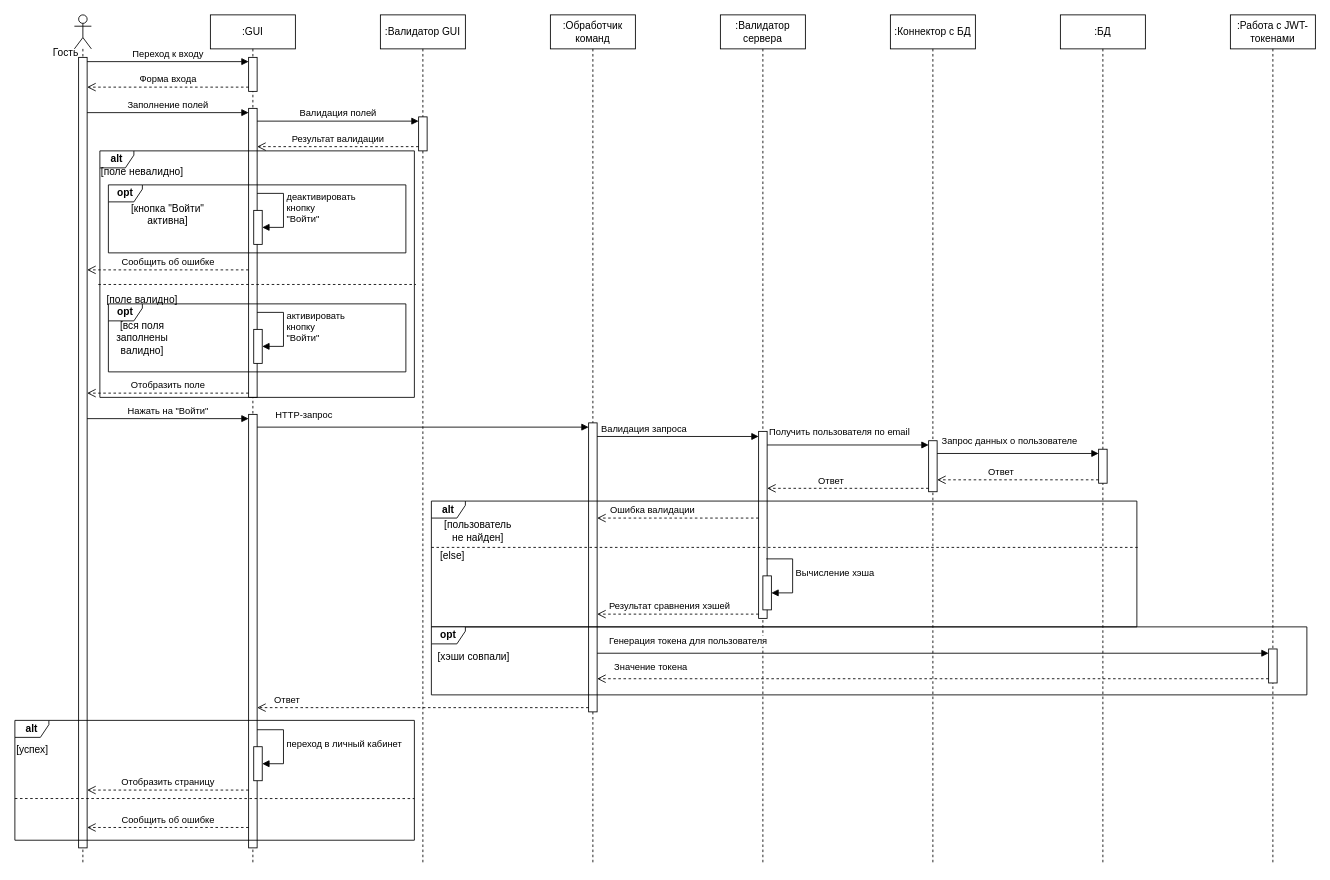
This is task3/raw/entry.drawio from aVorotnikov/micro_design, a draw.io file, before an edit. Source tidied: cells renumbered, new cells numbered last; positions are measured from the earlier drawing's top-left corner, leaving out a move shared by most shapes. Both pictures are drawn from the tidied source at 85%, with x=0, y=0 at pixel (14, 14).
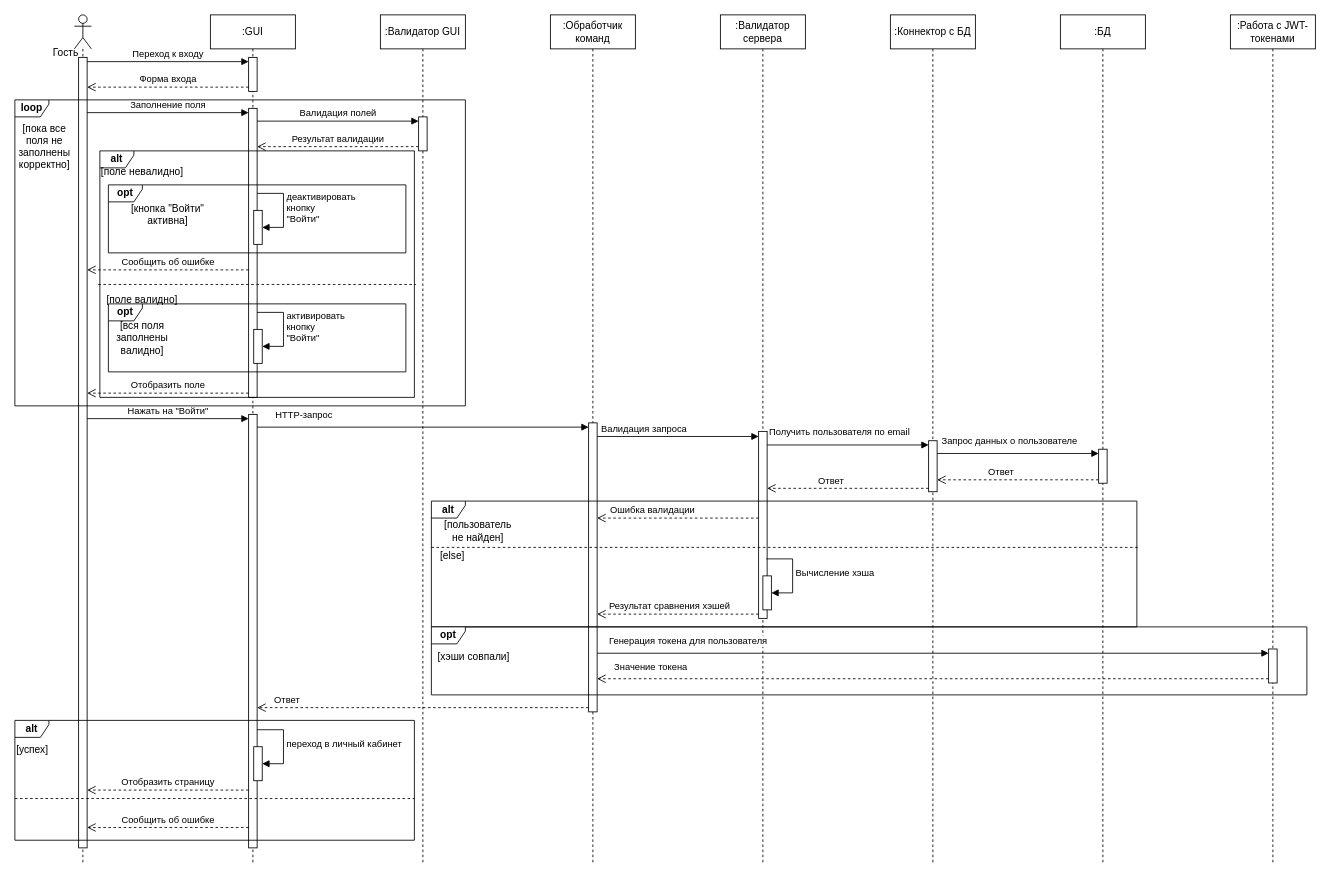
The same page after the edit.

The change refers to these unchanged cells:
```xml
<mxCell id="3" style="html=1;points=[[0,0,0,0,5],[0,1,0,0,-5],[1,0,0,0,5],[1,1,0,0,-5]];perimeter=orthogonalPerimeter;outlineConnect=0;targetShapes=umlLifeline;portConstraint=eastwest;newEdgeStyle={&quot;curved&quot;:0,&quot;rounded&quot;:0};" parent="2" vertex="1">
  <mxGeometry x="5" y="50" width="10" height="930" as="geometry" />
</mxCell>
<mxCell id="7" style="html=1;points=[[0,0,0,0,5],[0,1,0,0,-5],[1,0,0,0,5],[1,1,0,0,-5]];perimeter=orthogonalPerimeter;outlineConnect=0;targetShapes=umlLifeline;portConstraint=eastwest;newEdgeStyle={&quot;curved&quot;:0,&quot;rounded&quot;:0};" parent="5" vertex="1">
  <mxGeometry x="45" y="110" width="10" height="340" as="geometry" />
</mxCell>
```

Change to the diagram source:
```diff
@@
-    <mxCell id="22" value="Заполнение полей" style="html=1;verticalAlign=bottom;endArrow=block;curved=0;rounded=0;entryX=0;entryY=0;entryDx=0;entryDy=5;entryPerimeter=0;" parent="1" edge="1" source="3" target="7">
+    <mxCell id="22" value="Заполнение поля" style="html=1;verticalAlign=bottom;endArrow=block;curved=0;rounded=0;entryX=0;entryY=0;entryDx=0;entryDy=5;entryPerimeter=0;" parent="1" edge="1" source="3" target="7">
       <mxGeometry relative="1" as="geometry" />
     </mxCell>
@@
+    <mxCell id="67" value="&lt;b&gt;loop&lt;/b&gt;" style="shape=umlFrame;whiteSpace=wrap;html=1;width=40;height=20;" parent="1" vertex="1">
+      <mxGeometry y="100" width="530" height="360" as="geometry" />
+    </mxCell>
+    <mxCell id="68" value="[пока все поля не заполнены корректно]" style="text;html=1;align=center;verticalAlign=middle;whiteSpace=wrap;rounded=0;" parent="1" vertex="1">
+      <mxGeometry y="140" width="70" height="30" as="geometry" />
+    </mxCell>
```
